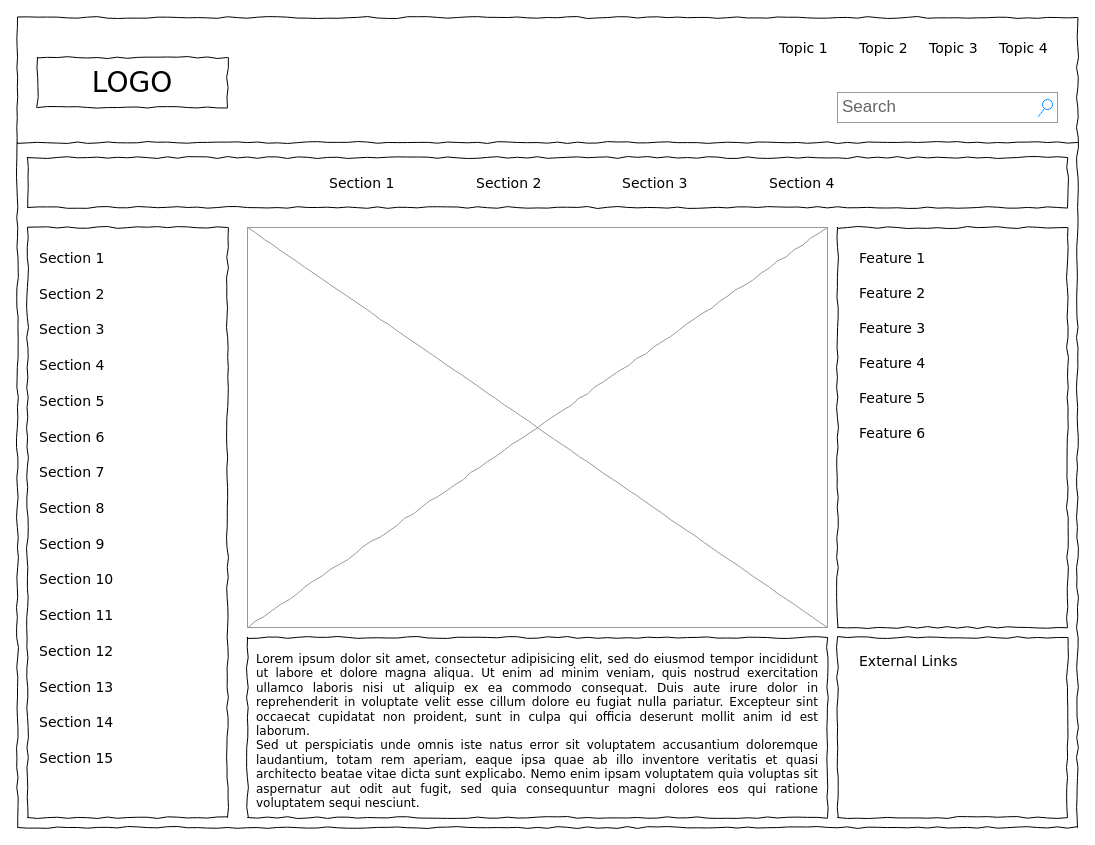
This is Untitled Diagram.drawio from taylorjason/recipeApp, a draw.io file, before an edit. Source tidied: cells renumbered, new cells numbered last; positions are measured from the earlier drawing's top-left corner, leaving out a move shared by most shapes. Both pictures are drawn from the tidied source at 100%, with x=0, y=0 at pixel (17, 17).
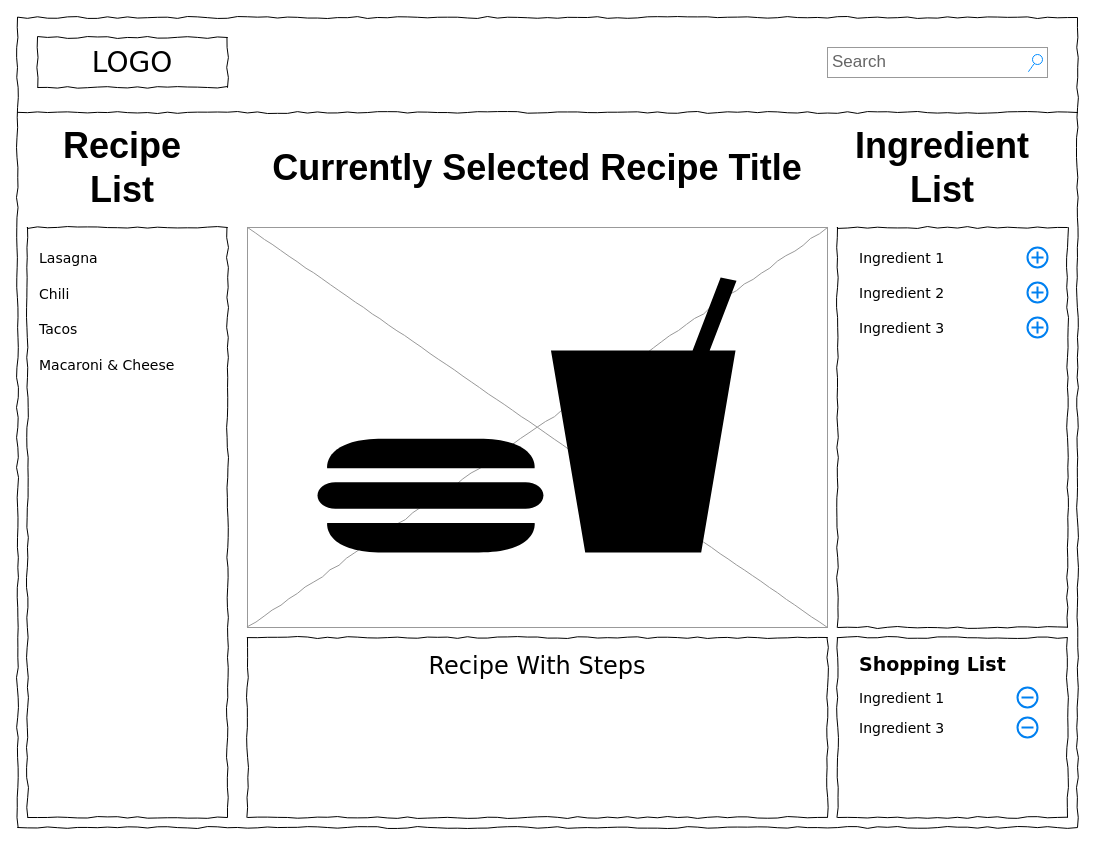
After the change.

What changed in the source:
```diff
@@
     <mxCell id="3" value="LOGO" style="whiteSpace=wrap;html=1;rounded=0;shadow=0;labelBackgroundColor=none;strokeWidth=1;fontFamily=Verdana;fontSize=28;align=center;comic=1;" parent="1" vertex="1">
-      <mxGeometry x="20" y="40" width="190" height="50" as="geometry" />
+      <mxGeometry x="20" y="20" width="190" height="50" as="geometry" />
     </mxCell>
     <mxCell id="4" value="Search" style="strokeWidth=1;shadow=0;dashed=0;align=center;html=1;shape=mxgraph.mockup.forms.searchBox;strokeColor=#999999;mainText=;strokeColor2=#008cff;fontColor=#666666;fontSize=17;align=left;spacingLeft=3;rounded=0;labelBackgroundColor=none;comic=1;" parent="1" vertex="1">
-      <mxGeometry x="820" y="75" width="220" height="30" as="geometry" />
+      <mxGeometry x="810" y="30" width="220" height="30" as="geometry" />
     </mxCell>
-    <mxCell id="5" value="Topic 1" style="text;html=1;align=left;verticalAlign=top;spacingTop=-4;fontSize=14;fontFamily=Verdana;" parent="1" vertex="1">
-      <mxGeometry x="760" y="20" width="60" height="20" as="geometry" />
-    </mxCell>
-    <mxCell id="6" value="Topic 2" style="text;html=1;align=left;verticalAlign=top;spacingTop=-4;fontSize=14;fontFamily=Verdana;" parent="1" vertex="1">
-      <mxGeometry x="840" y="20" width="60" height="20" as="geometry" />
-    </mxCell>
-    <mxCell id="7" value="Topic 3" style="text;html=1;align=left;verticalAlign=top;spacingTop=-4;fontSize=14;fontFamily=Verdana;" parent="1" vertex="1">
-      <mxGeometry x="910" y="20" width="60" height="20" as="geometry" />
-    </mxCell>
-    <mxCell id="8" value="Topic 4" style="text;html=1;align=left;verticalAlign=top;spacingTop=-4;fontSize=14;fontFamily=Verdana;" parent="1" vertex="1">
-      <mxGeometry x="980" y="20" width="60" height="20" as="geometry" />
-    </mxCell>
@@
     <mxCell id="10" style="line;strokeWidth=1;html=1;rounded=0;shadow=0;labelBackgroundColor=none;fillColor=none;fontFamily=Verdana;fontSize=14;fontColor=#000000;align=center;comic=1;" parent="1" vertex="1">
-      <mxGeometry y="120" width="1060" height="10" as="geometry" />
+      <mxGeometry y="90" width="1060" height="10" as="geometry" />
     </mxCell>
-    <mxCell id="11" style="whiteSpace=wrap;html=1;rounded=0;shadow=0;labelBackgroundColor=none;strokeWidth=1;fillColor=none;fontFamily=Verdana;fontSize=12;align=center;comic=1;" parent="1" vertex="1">
-      <mxGeometry x="10" y="140" width="1040" height="50" as="geometry" />
-    </mxCell>
-    <mxCell id="12" value="Section 1" style="text;html=1;align=left;verticalAlign=top;spacingTop=-4;fontSize=14;fontFamily=Verdana;" parent="1" vertex="1">
-      <mxGeometry x="310" y="155" width="60" height="20" as="geometry" />
-    </mxCell>
-    <mxCell id="13" value="Section 2" style="text;html=1;align=left;verticalAlign=top;spacingTop=-4;fontSize=14;fontFamily=Verdana;" parent="1" vertex="1">
-      <mxGeometry x="457" y="155" width="60" height="20" as="geometry" />
-    </mxCell>
-    <mxCell id="14" value="Section 3" style="text;html=1;align=left;verticalAlign=top;spacingTop=-4;fontSize=14;fontFamily=Verdana;" parent="1" vertex="1">
-      <mxGeometry x="603" y="155" width="60" height="20" as="geometry" />
-    </mxCell>
-    <mxCell id="15" value="Section 4" style="text;html=1;align=left;verticalAlign=top;spacingTop=-4;fontSize=14;fontFamily=Verdana;" parent="1" vertex="1">
-      <mxGeometry x="750" y="155" width="60" height="20" as="geometry" />
-    </mxCell>
-    <mxCell id="16" value="&lt;div style=&quot;text-align: justify&quot;&gt;&lt;span&gt;Lorem ipsum dolor sit amet, consectetur adipisicing elit, sed do eiusmod tempor incididunt ut labore et dolore magna aliqua. Ut enim ad minim veniam, quis nostrud exercitation ullamco laboris nisi ut aliquip ex ea commodo consequat. Duis aute irure dolor in reprehenderit in voluptate velit esse cillum dolore eu fugiat nulla pariatur. Excepteur sint occaecat cupidatat non proident, sunt in culpa qui officia deserunt mollit anim id est laborum.&lt;/span&gt;&lt;/div&gt;&lt;div style=&quot;text-align: justify&quot;&gt;&lt;span&gt;Sed ut perspiciatis unde omnis iste natus error sit voluptatem accusantium doloremque laudantium, totam rem aperiam, eaque ipsa quae ab illo inventore veritatis et quasi architecto beatae vitae dicta sunt explicabo. Nemo enim ipsam voluptatem quia voluptas sit aspernatur aut odit aut fugit, sed quia consequuntur magni dolores eos qui ratione voluptatem sequi nesciunt.&amp;nbsp;&lt;/span&gt;&lt;/div&gt;" style="whiteSpace=wrap;html=1;rounded=0;shadow=0;labelBackgroundColor=none;strokeWidth=1;fillColor=none;fontFamily=Verdana;fontSize=12;align=center;verticalAlign=top;spacing=10;comic=1;" parent="1" vertex="1">
+    <mxCell id="16" value="&lt;div style=&quot;text-align: justify&quot;&gt;&lt;font style=&quot;font-size: 24px&quot;&gt;Recipe With Steps&lt;/font&gt;&lt;/div&gt;" style="whiteSpace=wrap;html=1;rounded=0;shadow=0;labelBackgroundColor=none;strokeWidth=1;fillColor=none;fontFamily=Verdana;fontSize=12;align=center;verticalAlign=top;spacing=10;comic=1;" parent="1" vertex="1">
       <mxGeometry x="230" y="620" width="580" height="180" as="geometry" />
     </mxCell>
@@
-    <mxCell id="20" value="Section 1" style="text;html=1;align=left;verticalAlign=top;spacingTop=-4;fontSize=14;fontFamily=Verdana;" parent="1" vertex="1">
+    <mxCell id="20" value="Lasagna" style="text;html=1;align=left;verticalAlign=top;spacingTop=-4;fontSize=14;fontFamily=Verdana;" parent="1" vertex="1">
       <mxGeometry x="20" y="230" width="170" height="20" as="geometry" />
     </mxCell>
-    <mxCell id="21" value="Section 2" style="text;html=1;align=left;verticalAlign=top;spacingTop=-4;fontSize=14;fontFamily=Verdana;" parent="1" vertex="1">
+    <mxCell id="21" value="Chili" style="text;html=1;align=left;verticalAlign=top;spacingTop=-4;fontSize=14;fontFamily=Verdana;" parent="1" vertex="1">
       <mxGeometry x="20" y="266" width="170" height="20" as="geometry" />
     </mxCell>
-    <mxCell id="22" value="Section 3" style="text;html=1;align=left;verticalAlign=top;spacingTop=-4;fontSize=14;fontFamily=Verdana;" parent="1" vertex="1">
+    <mxCell id="22" value="Tacos" style="text;html=1;align=left;verticalAlign=top;spacingTop=-4;fontSize=14;fontFamily=Verdana;" parent="1" vertex="1">
       <mxGeometry x="20" y="301" width="170" height="20" as="geometry" />
     </mxCell>
-    <mxCell id="23" value="Section 4" style="text;html=1;align=left;verticalAlign=top;spacingTop=-4;fontSize=14;fontFamily=Verdana;" parent="1" vertex="1">
+    <mxCell id="23" value="Macaroni &amp;amp; Cheese" style="text;html=1;align=left;verticalAlign=top;spacingTop=-4;fontSize=14;fontFamily=Verdana;" parent="1" vertex="1">
       <mxGeometry x="20" y="337" width="170" height="20" as="geometry" />
     </mxCell>
-    <mxCell id="24" value="Section 7" style="text;html=1;align=left;verticalAlign=top;spacingTop=-4;fontSize=14;fontFamily=Verdana;" parent="1" vertex="1">
-      <mxGeometry x="20" y="444" width="170" height="20" as="geometry" />
-    </mxCell>
-    <mxCell id="25" value="Section 8" style="text;html=1;align=left;verticalAlign=top;spacingTop=-4;fontSize=14;fontFamily=Verdana;" parent="1" vertex="1">
-      <mxGeometry x="20" y="480" width="170" height="20" as="geometry" />
-    </mxCell>
-    <mxCell id="26" value="Section 9" style="text;html=1;align=left;verticalAlign=top;spacingTop=-4;fontSize=14;fontFamily=Verdana;" parent="1" vertex="1">
-      <mxGeometry x="20" y="516" width="170" height="20" as="geometry" />
-    </mxCell>
-    <mxCell id="27" value="Section 10" style="text;html=1;align=left;verticalAlign=top;spacingTop=-4;fontSize=14;fontFamily=Verdana;" parent="1" vertex="1">
-      <mxGeometry x="20" y="551" width="170" height="20" as="geometry" />
-    </mxCell>
-    <mxCell id="28" value="Section 11" style="text;html=1;align=left;verticalAlign=top;spacingTop=-4;fontSize=14;fontFamily=Verdana;" parent="1" vertex="1">
-      <mxGeometry x="20" y="587" width="170" height="20" as="geometry" />
-    </mxCell>
-    <mxCell id="29" value="Section 12" style="text;html=1;align=left;verticalAlign=top;spacingTop=-4;fontSize=14;fontFamily=Verdana;" parent="1" vertex="1">
-      <mxGeometry x="20" y="623" width="170" height="20" as="geometry" />
-    </mxCell>
-    <mxCell id="30" value="Section 13" style="text;html=1;align=left;verticalAlign=top;spacingTop=-4;fontSize=14;fontFamily=Verdana;" parent="1" vertex="1">
-      <mxGeometry x="20" y="659" width="170" height="20" as="geometry" />
-    </mxCell>
-    <mxCell id="31" value="Section 14" style="text;html=1;align=left;verticalAlign=top;spacingTop=-4;fontSize=14;fontFamily=Verdana;" parent="1" vertex="1">
-      <mxGeometry x="20" y="694" width="170" height="20" as="geometry" />
-    </mxCell>
-    <mxCell id="32" value="Section 5" style="text;html=1;align=left;verticalAlign=top;spacingTop=-4;fontSize=14;fontFamily=Verdana;" parent="1" vertex="1">
-      <mxGeometry x="20" y="373" width="170" height="20" as="geometry" />
-    </mxCell>
-    <mxCell id="33" value="Section 6" style="text;html=1;align=left;verticalAlign=top;spacingTop=-4;fontSize=14;fontFamily=Verdana;" parent="1" vertex="1">
-      <mxGeometry x="20" y="409" width="170" height="20" as="geometry" />
-    </mxCell>
-    <mxCell id="34" value="Section 15" style="text;html=1;align=left;verticalAlign=top;spacingTop=-4;fontSize=14;fontFamily=Verdana;" parent="1" vertex="1">
-      <mxGeometry x="20" y="730" width="170" height="20" as="geometry" />
-    </mxCell>
-    <mxCell id="35" value="External Links" style="text;html=1;align=left;verticalAlign=top;spacingTop=-4;fontSize=14;fontFamily=Verdana;" parent="1" vertex="1">
+    <mxCell id="35" value="Shopping List" style="text;html=1;align=left;verticalAlign=top;spacingTop=-4;fontSize=19;fontFamily=Verdana;fontStyle=1;" parent="1" vertex="1">
       <mxGeometry x="840" y="633" width="170" height="20" as="geometry" />
     </mxCell>
-    <mxCell id="36" value="Feature 1" style="text;html=1;align=left;verticalAlign=top;spacingTop=-4;fontSize=14;fontFamily=Verdana;" parent="1" vertex="1">
+    <mxCell id="36" value="Ingredient 1" style="text;html=1;align=left;verticalAlign=top;spacingTop=-4;fontSize=14;fontFamily=Verdana;" parent="1" vertex="1">
       <mxGeometry x="840" y="230" width="170" height="20" as="geometry" />
     </mxCell>
-    <mxCell id="37" value="Feature 2" style="text;html=1;align=left;verticalAlign=top;spacingTop=-4;fontSize=14;fontFamily=Verdana;" parent="1" vertex="1">
+    <mxCell id="37" value="Ingredient 2" style="text;html=1;align=left;verticalAlign=top;spacingTop=-4;fontSize=14;fontFamily=Verdana;" parent="1" vertex="1">
       <mxGeometry x="840" y="265" width="170" height="20" as="geometry" />
     </mxCell>
-    <mxCell id="38" value="Feature 3" style="text;html=1;align=left;verticalAlign=top;spacingTop=-4;fontSize=14;fontFamily=Verdana;" parent="1" vertex="1">
+    <mxCell id="38" value="Ingredient 3" style="text;html=1;align=left;verticalAlign=top;spacingTop=-4;fontSize=14;fontFamily=Verdana;" parent="1" vertex="1">
       <mxGeometry x="840" y="300" width="170" height="20" as="geometry" />
     </mxCell>
-    <mxCell id="39" value="Feature 4" style="text;html=1;align=left;verticalAlign=top;spacingTop=-4;fontSize=14;fontFamily=Verdana;" parent="1" vertex="1">
-      <mxGeometry x="840" y="335" width="170" height="20" as="geometry" />
-    </mxCell>
-    <mxCell id="40" value="Feature 5" style="text;html=1;align=left;verticalAlign=top;spacingTop=-4;fontSize=14;fontFamily=Verdana;" parent="1" vertex="1">
-      <mxGeometry x="840" y="370" width="170" height="20" as="geometry" />
-    </mxCell>
-    <mxCell id="41" value="Feature 6" style="text;html=1;align=left;verticalAlign=top;spacingTop=-4;fontSize=14;fontFamily=Verdana;" parent="1" vertex="1">
-      <mxGeometry x="840" y="405" width="170" height="20" as="geometry" />
-    </mxCell>
+    <mxCell id="42" style="shape=mxgraph.signs.food.fast_food;html=1;fillColor=#000000;strokeColor=none;verticalLabelPosition=bottom;verticalAlign=top;align=center;" parent="1" vertex="1">
+      <mxGeometry x="300" y="260" width="419" height="275" as="geometry" />
+    </mxCell>
+    <mxCell id="43" value="Recipe List" style="text;html=1;strokeColor=none;fillColor=none;align=center;verticalAlign=middle;whiteSpace=wrap;rounded=0;fontSize=36;fontStyle=1;" parent="1" vertex="1">
+      <mxGeometry x="10" y="110" width="190" height="80" as="geometry" />
+    </mxCell>
+    <mxCell id="44" value="Currently Selected Recipe Title" style="text;html=1;strokeColor=none;fillColor=none;align=center;verticalAlign=middle;whiteSpace=wrap;rounded=0;fontSize=36;fontStyle=1;" parent="1" vertex="1">
+      <mxGeometry x="240" y="110" width="560" height="80" as="geometry" />
+    </mxCell>
+    <mxCell id="45" value="Ingredient List" style="text;html=1;strokeColor=none;fillColor=none;align=center;verticalAlign=middle;whiteSpace=wrap;rounded=0;fontSize=36;fontStyle=1;" parent="1" vertex="1">
+      <mxGeometry x="830" y="110" width="190" height="80" as="geometry" />
+    </mxCell>
+    <mxCell id="46" style="html=1;verticalLabelPosition=bottom;align=center;labelBackgroundColor=#ffffff;verticalAlign=top;strokeWidth=2;strokeColor=#0080F0;shadow=0;dashed=0;shape=mxgraph.ios7.icons.add;fontSize=36;" parent="1" vertex="1">
+      <mxGeometry x="1010" y="230" width="20" height="20" as="geometry" />
+    </mxCell>
+    <mxCell id="47" style="html=1;verticalLabelPosition=bottom;align=center;labelBackgroundColor=#ffffff;verticalAlign=top;strokeWidth=2;strokeColor=#0080F0;shadow=0;dashed=0;shape=mxgraph.ios7.icons.add;fontSize=36;" parent="1" vertex="1">
+      <mxGeometry x="1010" y="265" width="20" height="20" as="geometry" />
+    </mxCell>
+    <mxCell id="48" style="html=1;verticalLabelPosition=bottom;align=center;labelBackgroundColor=#ffffff;verticalAlign=top;strokeWidth=2;strokeColor=#0080F0;shadow=0;dashed=0;shape=mxgraph.ios7.icons.add;fontSize=36;" parent="1" vertex="1">
+      <mxGeometry x="1010" y="300" width="20" height="20" as="geometry" />
+    </mxCell>
+    <mxCell id="49" value="Ingredient 1" style="text;html=1;align=left;verticalAlign=top;spacingTop=-4;fontSize=14;fontFamily=Verdana;" parent="1" vertex="1">
+      <mxGeometry x="840" y="670" width="170" height="20" as="geometry" />
+    </mxCell>
+    <mxCell id="50" value="Ingredient 3" style="text;html=1;align=left;verticalAlign=top;spacingTop=-4;fontSize=14;fontFamily=Verdana;" parent="1" vertex="1">
+      <mxGeometry x="840" y="700" width="170" height="20" as="geometry" />
+    </mxCell>
+    <mxCell id="51" style="html=1;verticalLabelPosition=bottom;align=center;labelBackgroundColor=#ffffff;verticalAlign=top;strokeWidth=2;strokeColor=#0080F0;shadow=0;dashed=0;shape=mxgraph.ios7.icons.delete;fontSize=19;" parent="1" vertex="1">
+      <mxGeometry x="1000" y="670" width="20" height="20" as="geometry" />
+    </mxCell>
+    <mxCell id="52" style="html=1;verticalLabelPosition=bottom;align=center;labelBackgroundColor=#ffffff;verticalAlign=top;strokeWidth=2;strokeColor=#0080F0;shadow=0;dashed=0;shape=mxgraph.ios7.icons.delete;fontSize=19;" parent="1" vertex="1">
+      <mxGeometry x="1000" y="700" width="20" height="20" as="geometry" />
+    </mxCell>
```
